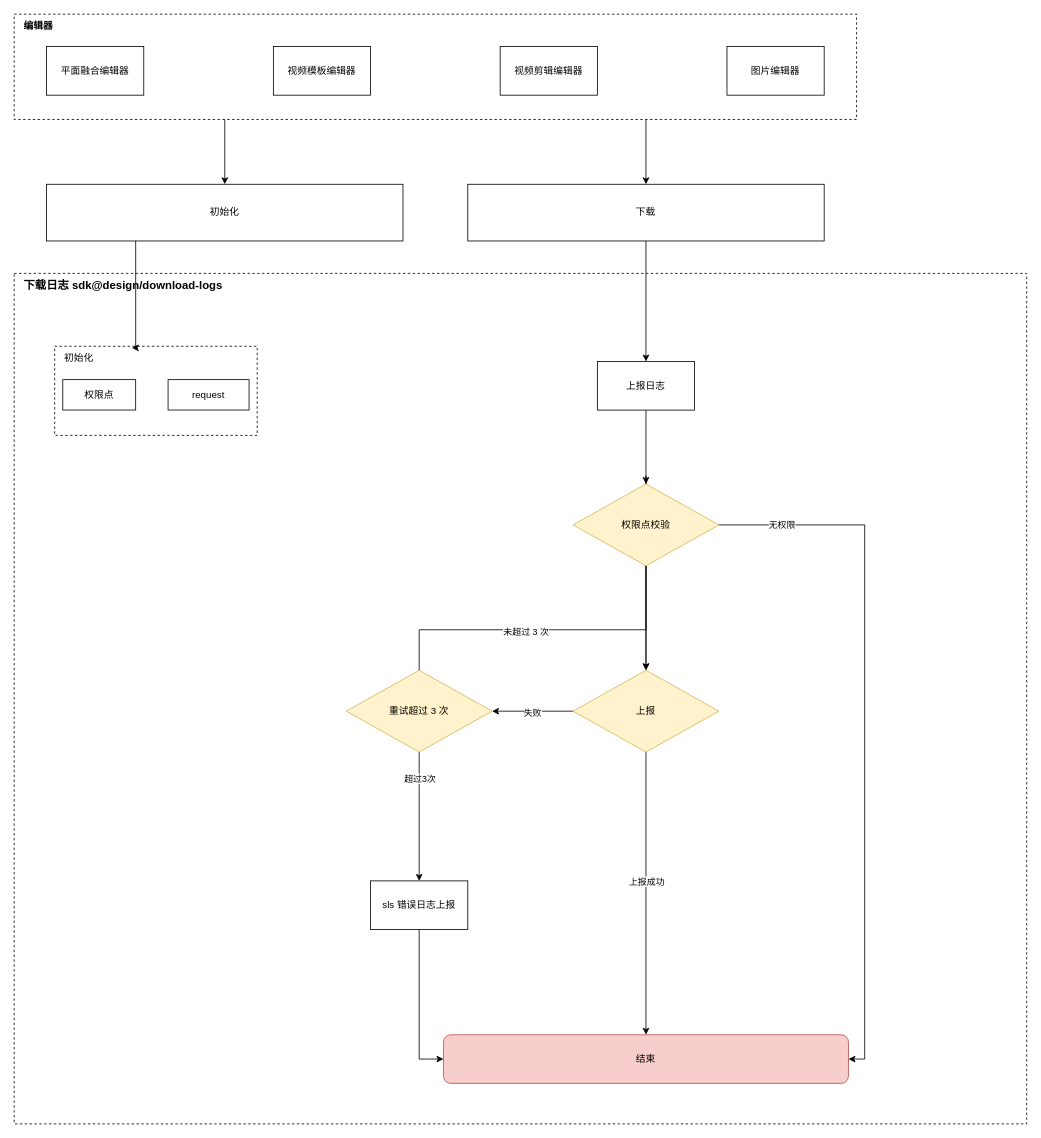
Above: worker/用户下载日志.drawio in TNT-Likely/diagrams (draw.io), before the change. Source tidied: cells renumbered, new cells numbered last; positions are measured from the earlier drawing's top-left corner, leaving out a move shared by most shapes. Both pictures are drawn from the tidied source at 81%, with x=0, y=0 at pixel (14, 14).
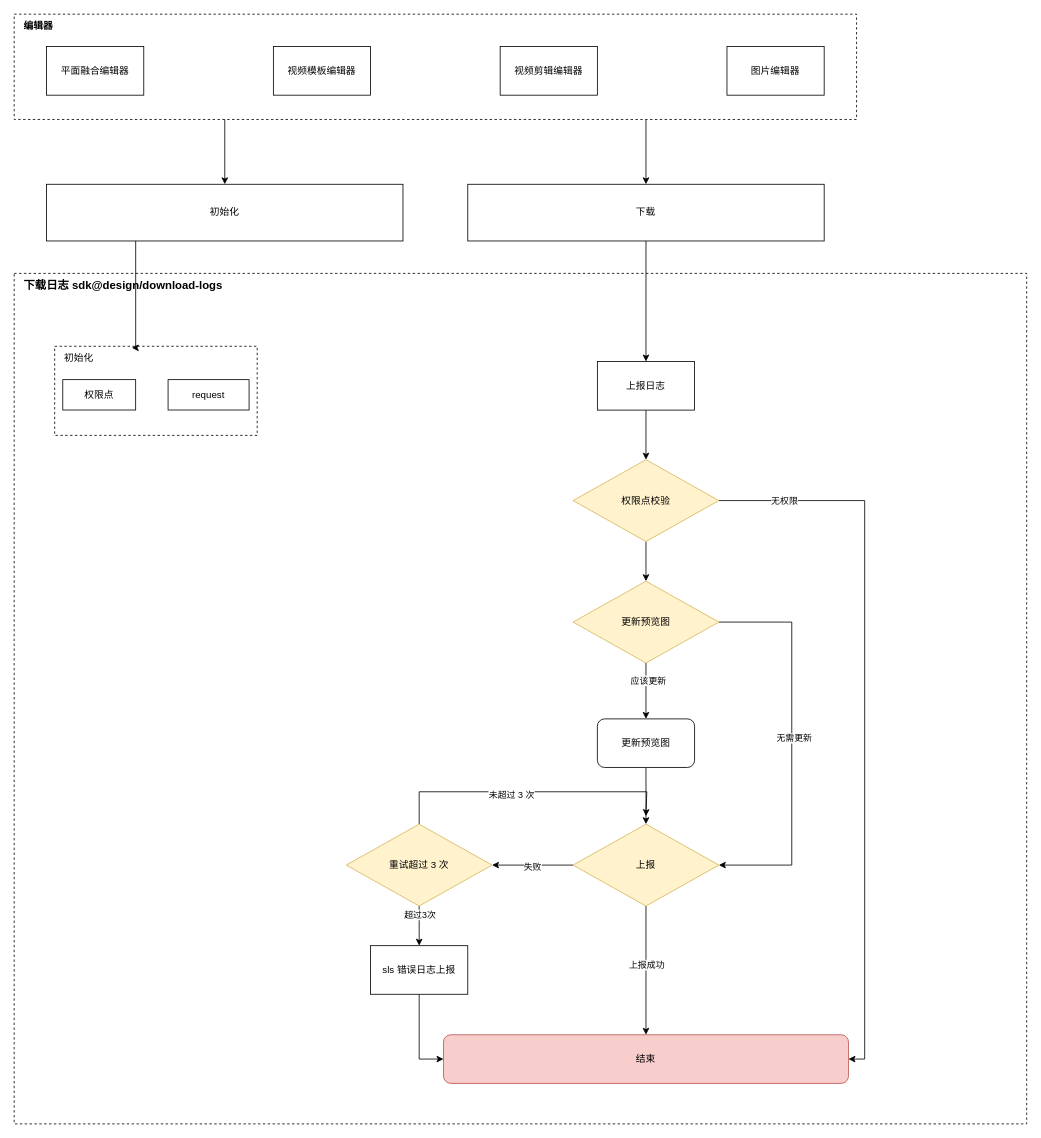
Above is the later version.

Commit message:
更新用户下载日志.drawio

The edit, as a diff of the source:
```diff
@@
-    <mxCell id="23" style="edgeStyle=orthogonalEdgeStyle;rounded=0;jettySize=auto;html=1;exitX=0.5;exitY=1;exitDx=0;exitDy=0;entryX=0.5;entryY=0;entryDx=0;entryDy=0;" parent="1" edge="1" source="41" target="31">
-      <mxGeometry relative="1" as="geometry" />
-    </mxCell>
@@
     <mxCell id="31" value="上报" style="rhombus;whiteSpace=wrap;html=1;fillColor=#fff2cc;strokeColor=#d6b656;" parent="1" vertex="1">
-      <mxGeometry x="690" y="810" width="180" height="101" as="geometry" />
+      <mxGeometry x="690" y="1000" width="180" height="101" as="geometry" />
     </mxCell>
-    <mxCell id="32" style="edgeStyle=orthogonalEdgeStyle;rounded=0;jettySize=auto;html=1;exitX=0.5;exitY=0;exitDx=0;exitDy=0;entryX=0.5;entryY=0;entryDx=0;entryDy=0;" parent="1" edge="1" source="41" target="31">
-      <mxGeometry relative="1" as="geometry">
-        <Array as="points">
-          <mxPoint x="780" y="570" />
-        </Array>
-      </mxGeometry>
-    </mxCell>
@@
+    <mxCell id="42" style="edgeStyle=orthogonalEdgeStyle;rounded=0;jettySize=auto;html=1;exitX=0.5;exitY=0;exitDx=0;exitDy=0;" parent="1" edge="1" source="35">
+      <mxGeometry relative="1" as="geometry">
+        <mxPoint x="780" y="990" as="targetPoint" />
+        <Array as="points">
+          <mxPoint x="500" y="960" />
+          <mxPoint x="781" y="960" />
+        </Array>
+      </mxGeometry>
+    </mxCell>
+    <mxCell id="40" value="未超过 3 次" style="edgeLabel;html=1;align=center;verticalAlign=middle;" parent="42" vertex="1">
+      <mxGeometry x="-0.13" y="-3" relative="1" as="geometry" />
+    </mxCell>
     <mxCell id="35" value="重试超过 3 次" style="rhombus;whiteSpace=wrap;html=1;fillColor=#fff2cc;strokeColor=#d6b656;" parent="1" vertex="1">
-      <mxGeometry x="410" y="810" width="180" height="101" as="geometry" />
+      <mxGeometry x="410" y="1000" width="180" height="101" as="geometry" />
     </mxCell>
@@
     <mxCell id="37" value="sls 错误日志上报" style="rounded=0;whiteSpace=wrap;html=1;" parent="1" vertex="1">
-      <mxGeometry x="440" y="1070" width="120" height="60" as="geometry" />
+      <mxGeometry x="440" y="1150" width="120" height="60" as="geometry" />
     </mxCell>
@@
-    <mxCell id="39" style="edgeStyle=orthogonalEdgeStyle;rounded=0;jettySize=auto;html=1;exitX=0.5;exitY=0;exitDx=0;exitDy=0;entryX=0.5;entryY=0;entryDx=0;entryDy=0;" parent="1" edge="1" source="35" target="41">
-      <mxGeometry relative="1" as="geometry">
-        <Array as="points">
-          <mxPoint x="500" y="760" />
-          <mxPoint x="780" y="760" />
-        </Array>
-      </mxGeometry>
-    </mxCell>
-    <mxCell id="40" value="未超过 3 次" style="edgeLabel;html=1;align=center;verticalAlign=middle;" parent="39" vertex="1">
-      <mxGeometry x="-0.29" y="-2" relative="1" as="geometry" />
-    </mxCell>
+    <mxCell id="43" style="edgeStyle=orthogonalEdgeStyle;rounded=0;jettySize=auto;html=1;exitX=0.5;exitY=1;exitDx=0;exitDy=0;entryX=0.5;entryY=0;entryDx=0;entryDy=0;" parent="1" edge="1" source="41" target="48">
+      <mxGeometry relative="1" as="geometry" />
+    </mxCell>
     <mxCell id="41" value="权限点校验" style="rhombus;whiteSpace=wrap;html=1;fillColor=#fff2cc;strokeColor=#d6b656;" parent="1" vertex="1">
-      <mxGeometry x="690" y="580" width="180" height="101" as="geometry" />
+      <mxGeometry x="690" y="550" width="180" height="101" as="geometry" />
     </mxCell>
+    <mxCell id="44" style="edgeStyle=orthogonalEdgeStyle;rounded=0;jettySize=auto;html=1;exitX=1;exitY=0.5;exitDx=0;exitDy=0;entryX=1;entryY=0.5;entryDx=0;entryDy=0;" parent="1" edge="1" source="48" target="31">
+      <mxGeometry relative="1" as="geometry">
+        <Array as="points">
+          <mxPoint x="960" y="751" />
+          <mxPoint x="960" y="1051" />
+        </Array>
+      </mxGeometry>
+    </mxCell>
+    <mxCell id="45" value="无需更新" style="edgeLabel;html=1;align=center;verticalAlign=middle;" parent="44" vertex="1">
+      <mxGeometry x="-0.03" y="2" relative="1" as="geometry" />
+    </mxCell>
+    <mxCell id="46" style="edgeStyle=orthogonalEdgeStyle;rounded=0;jettySize=auto;html=1;exitX=0.5;exitY=1;exitDx=0;exitDy=0;entryX=0.5;entryY=0;entryDx=0;entryDy=0;" parent="1" edge="1" source="48" target="50">
+      <mxGeometry relative="1" as="geometry" />
+    </mxCell>
+    <mxCell id="47" value="应该更新" style="edgeLabel;html=1;align=center;verticalAlign=middle;" parent="46" vertex="1">
+      <mxGeometry x="-0.38" y="2" relative="1" as="geometry" />
+    </mxCell>
+    <mxCell id="48" value="更新预览图" style="rhombus;whiteSpace=wrap;html=1;fillColor=#fff2cc;strokeColor=#d6b656;" parent="1" vertex="1">
+      <mxGeometry x="690" y="700" width="180" height="101" as="geometry" />
+    </mxCell>
+    <mxCell id="49" style="edgeStyle=orthogonalEdgeStyle;rounded=0;jettySize=auto;html=1;exitX=0.5;exitY=1;exitDx=0;exitDy=0;entryX=0.5;entryY=0;entryDx=0;entryDy=0;" parent="1" edge="1" source="50" target="31">
+      <mxGeometry relative="1" as="geometry">
+        <Array as="points">
+          <mxPoint x="780" y="1000" />
+          <mxPoint x="780" y="1000" />
+        </Array>
+      </mxGeometry>
+    </mxCell>
+    <mxCell id="50" value="更新预览图" style="rounded=1;whiteSpace=wrap;html=1;" parent="1" vertex="1">
+      <mxGeometry x="720" y="870" width="120" height="60" as="geometry" />
+    </mxCell>
```
